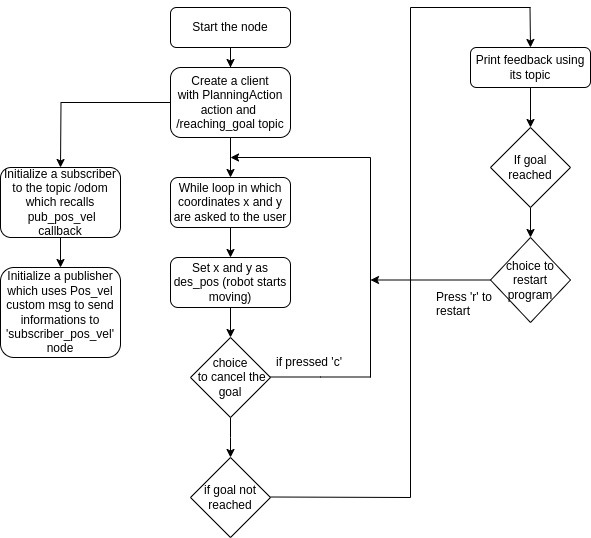
FedeMala00/second_assignment keeps this draw.io diagram as Flowchart.drawio.png. Above is the earlier version. Source tidied: cells renumbered, new cells last; positions are measured from the earlier drawing's top-left corner, leaving out a move shared by most shapes.
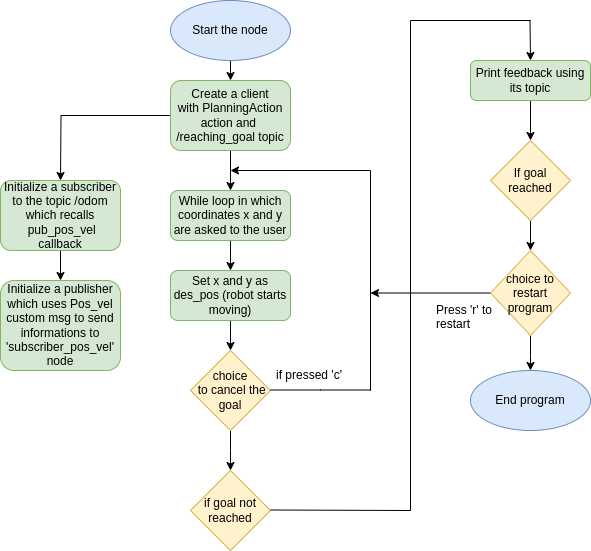
After the change.

Diff of the diagram source:
```diff
@@ -2,12 +2,11 @@
   <root>
     <mxCell id="0" />
     <mxCell id="1" parent="0" />
-    <mxCell id="2" style="edgeStyle=orthogonalEdgeStyle;rounded=0;jettySize=auto;html=1;entryX=0.5;entryY=0;entryDx=0;entryDy=0;" parent="1" edge="1" source="3" target="6">
-      <mxGeometry relative="1" as="geometry" />
+    <mxCell id="2" style="edgeStyle=orthogonalEdgeStyle;rounded=0;jettySize=auto;html=1;entryX=0.5;entryY=0;entryDx=0;entryDy=0;" parent="1" edge="1" target="6">
+      <mxGeometry relative="1" as="geometry">
+        <mxPoint x="230" y="40" as="sourcePoint" />
+      </mxGeometry>
     </mxCell>
-    <mxCell id="3" value="Start the node" style="rounded=1;whiteSpace=wrap;html=1;fontSize=12;glass=0;strokeWidth=1;shadow=0;" parent="1" vertex="1">
-      <mxGeometry x="170" width="120" height="40" as="geometry" />
-    </mxCell>
     <mxCell id="4" style="edgeStyle=orthogonalEdgeStyle;rounded=0;jettySize=auto;html=1;" parent="1" edge="1" source="6" target="8">
       <mxGeometry relative="1" as="geometry" />
     </mxCell>
@@ -16,19 +15,19 @@
         <mxPoint x="60" y="160" as="targetPoint" />
       </mxGeometry>
     </mxCell>
-    <mxCell id="6" value="Create a client with&amp;nbsp;PlanningAction action and&amp;nbsp;&lt;br&gt;/reaching_goal topic" style="rounded=1;whiteSpace=wrap;html=1;" parent="1" vertex="1">
+    <mxCell id="6" value="Create a client with&amp;nbsp;PlanningAction action and&amp;nbsp;&lt;br&gt;/reaching_goal topic" style="rounded=1;whiteSpace=wrap;html=1;fillColor=#d5e8d4;strokeColor=#82b366;" parent="1" vertex="1">
       <mxGeometry x="170" y="60" width="120" height="70" as="geometry" />
     </mxCell>
     <mxCell id="7" style="edgeStyle=orthogonalEdgeStyle;rounded=0;jettySize=auto;html=1;" parent="1" edge="1" source="8" target="10">
       <mxGeometry relative="1" as="geometry" />
     </mxCell>
-    <mxCell id="8" value="While loop in which coordinates x and y are asked to the user" style="rounded=1;whiteSpace=wrap;html=1;" parent="1" vertex="1">
+    <mxCell id="8" value="While loop in which coordinates x and y are asked to the user" style="rounded=1;whiteSpace=wrap;html=1;fillColor=#d5e8d4;strokeColor=#82b366;" parent="1" vertex="1">
       <mxGeometry x="170" y="170" width="120" height="50" as="geometry" />
     </mxCell>
     <mxCell id="9" style="edgeStyle=orthogonalEdgeStyle;rounded=0;jettySize=auto;html=1;" parent="1" edge="1" source="10" target="12">
       <mxGeometry relative="1" as="geometry" />
     </mxCell>
-    <mxCell id="10" value="Set x and y as des_pos (robot starts moving)" style="rounded=1;whiteSpace=wrap;html=1;" parent="1" vertex="1">
+    <mxCell id="10" value="Set x and y as des_pos (robot starts moving)" style="rounded=1;whiteSpace=wrap;html=1;fillColor=#d5e8d4;strokeColor=#82b366;" parent="1" vertex="1">
       <mxGeometry x="170" y="250" width="120" height="50" as="geometry" />
     </mxCell>
     <mxCell id="11" style="edgeStyle=orthogonalEdgeStyle;rounded=0;jettySize=auto;html=1;" parent="1" edge="1" source="12">
@@ -36,7 +35,7 @@
         <mxPoint x="230" y="450" as="targetPoint" />
       </mxGeometry>
     </mxCell>
-    <mxCell id="12" value="choice&lt;br&gt;&amp;nbsp;to cancel the goal" style="rhombus;whiteSpace=wrap;html=1;" parent="1" vertex="1">
+    <mxCell id="12" value="choice&lt;br&gt;&amp;nbsp;to cancel the goal" style="rhombus;whiteSpace=wrap;html=1;fillColor=#fff2cc;strokeColor=#d6b656;" parent="1" vertex="1">
       <mxGeometry x="190" y="330" width="80" height="80" as="geometry" />
     </mxCell>
     <mxCell id="13" style="endArrow=classic;html=1;rounded=0;" parent="1" edge="1">
@@ -63,16 +62,16 @@
     <mxCell id="16" value="if pressed 'c'" style="text;strokeColor=none;fillColor=none;align=left;verticalAlign=middle;spacingLeft=4;spacingRight=4;overflow=hidden;whiteSpace=wrap;html=1;" parent="1" vertex="1">
       <mxGeometry x="270" y="340" width="80" height="30" as="geometry" />
     </mxCell>
-    <mxCell id="17" value="if goal not reached" style="rhombus;whiteSpace=wrap;html=1;" parent="1" vertex="1">
+    <mxCell id="17" value="if goal not reached" style="rhombus;whiteSpace=wrap;html=1;fillColor=#fff2cc;strokeColor=#d6b656;" parent="1" vertex="1">
       <mxGeometry x="190" y="450" width="80" height="80" as="geometry" />
     </mxCell>
     <mxCell id="18" style="edgeStyle=orthogonalEdgeStyle;rounded=0;jettySize=auto;html=1;" parent="1" edge="1" source="19" target="20">
       <mxGeometry relative="1" as="geometry" />
     </mxCell>
-    <mxCell id="19" value="Initialize a subscriber to the topic /odom which recalls&lt;br&gt;&amp;nbsp;pub_pos_vel callback" style="rounded=1;whiteSpace=wrap;html=1;" parent="1" vertex="1">
+    <mxCell id="19" value="Initialize a subscriber to the topic /odom which recalls&lt;br&gt;&amp;nbsp;pub_pos_vel callback" style="rounded=1;whiteSpace=wrap;html=1;fillColor=#d5e8d4;strokeColor=#82b366;" parent="1" vertex="1">
       <mxGeometry y="160" width="120" height="70" as="geometry" />
     </mxCell>
-    <mxCell id="20" value="Initialize a publisher which uses&amp;nbsp;Pos_vel custom msg to send informations to 'subscriber_pos_vel' node" style="rounded=1;whiteSpace=wrap;html=1;" parent="1" vertex="1">
+    <mxCell id="20" value="Initialize a publisher which uses&amp;nbsp;Pos_vel custom msg to send informations to 'subscriber_pos_vel' node" style="rounded=1;whiteSpace=wrap;html=1;fillColor=#d5e8d4;strokeColor=#82b366;" parent="1" vertex="1">
       <mxGeometry y="260" width="120" height="90" as="geometry" />
     </mxCell>
     <mxCell id="21" style="endArrow=none;html=1;rounded=0;" parent="1" edge="1">
@@ -101,13 +100,13 @@
     <mxCell id="25" style="edgeStyle=orthogonalEdgeStyle;rounded=0;jettySize=auto;html=1;" parent="1" edge="1" source="26" target="28">
       <mxGeometry relative="1" as="geometry" />
     </mxCell>
-    <mxCell id="26" value="Print feedback using its topic" style="rounded=1;whiteSpace=wrap;html=1;" parent="1" vertex="1">
+    <mxCell id="26" value="Print feedback using its topic" style="rounded=1;whiteSpace=wrap;html=1;fillColor=#d5e8d4;strokeColor=#82b366;" parent="1" vertex="1">
       <mxGeometry x="470" y="40" width="120" height="40" as="geometry" />
     </mxCell>
     <mxCell id="27" style="edgeStyle=orthogonalEdgeStyle;rounded=0;jettySize=auto;html=1;" parent="1" edge="1" source="28" target="30">
       <mxGeometry relative="1" as="geometry" />
     </mxCell>
-    <mxCell id="28" value="If goal reached" style="rhombus;whiteSpace=wrap;html=1;" parent="1" vertex="1">
+    <mxCell id="28" value="If goal reached" style="rhombus;whiteSpace=wrap;html=1;fillColor=#fff2cc;strokeColor=#d6b656;" parent="1" vertex="1">
       <mxGeometry x="490" y="120" width="80" height="80" as="geometry" />
     </mxCell>
     <mxCell id="29" style="edgeStyle=orthogonalEdgeStyle;rounded=0;jettySize=auto;html=1;" parent="1" edge="1" source="30">
@@ -115,11 +114,22 @@
         <mxPoint x="370" y="272.5" as="targetPoint" />
       </mxGeometry>
     </mxCell>
+    <mxCell id="32" style="edgeStyle=orthogonalEdgeStyle;rounded=0;jettySize=auto;html=1;" parent="1" edge="1" source="30">
+      <mxGeometry relative="1" as="geometry">
+        <mxPoint x="530" y="350" as="targetPoint" />
+      </mxGeometry>
+    </mxCell>
-    <mxCell id="30" value="choice to restart program" style="rhombus;whiteSpace=wrap;html=1;" parent="1" vertex="1">
+    <mxCell id="30" value="choice to restart program" style="rhombus;whiteSpace=wrap;html=1;fillColor=#fff2cc;strokeColor=#d6b656;" parent="1" vertex="1">
       <mxGeometry x="490" y="230" width="80" height="85" as="geometry" />
     </mxCell>
     <mxCell id="31" value="Press 'r' to restart" style="text;strokeColor=none;fillColor=none;align=left;verticalAlign=middle;spacingLeft=4;spacingRight=4;overflow=hidden;whiteSpace=wrap;html=1;" parent="1" vertex="1">
       <mxGeometry x="430" y="280" width="80" height="30" as="geometry" />
     </mxCell>
+    <mxCell id="33" value="End program" style="ellipse;whiteSpace=wrap;html=1;fillColor=#dae8fc;strokeColor=#6c8ebf;" parent="1" vertex="1">
+      <mxGeometry x="470" y="350" width="120" height="60" as="geometry" />
+    </mxCell>
+    <mxCell id="3" value="Start the node" style="ellipse;whiteSpace=wrap;html=1;fillColor=#dae8fc;strokeColor=#6c8ebf;" parent="1" vertex="1">
+      <mxGeometry x="170" y="-20" width="120" height="60" as="geometry" />
+    </mxCell>
   </root>
 </mxGraphModel>
```
